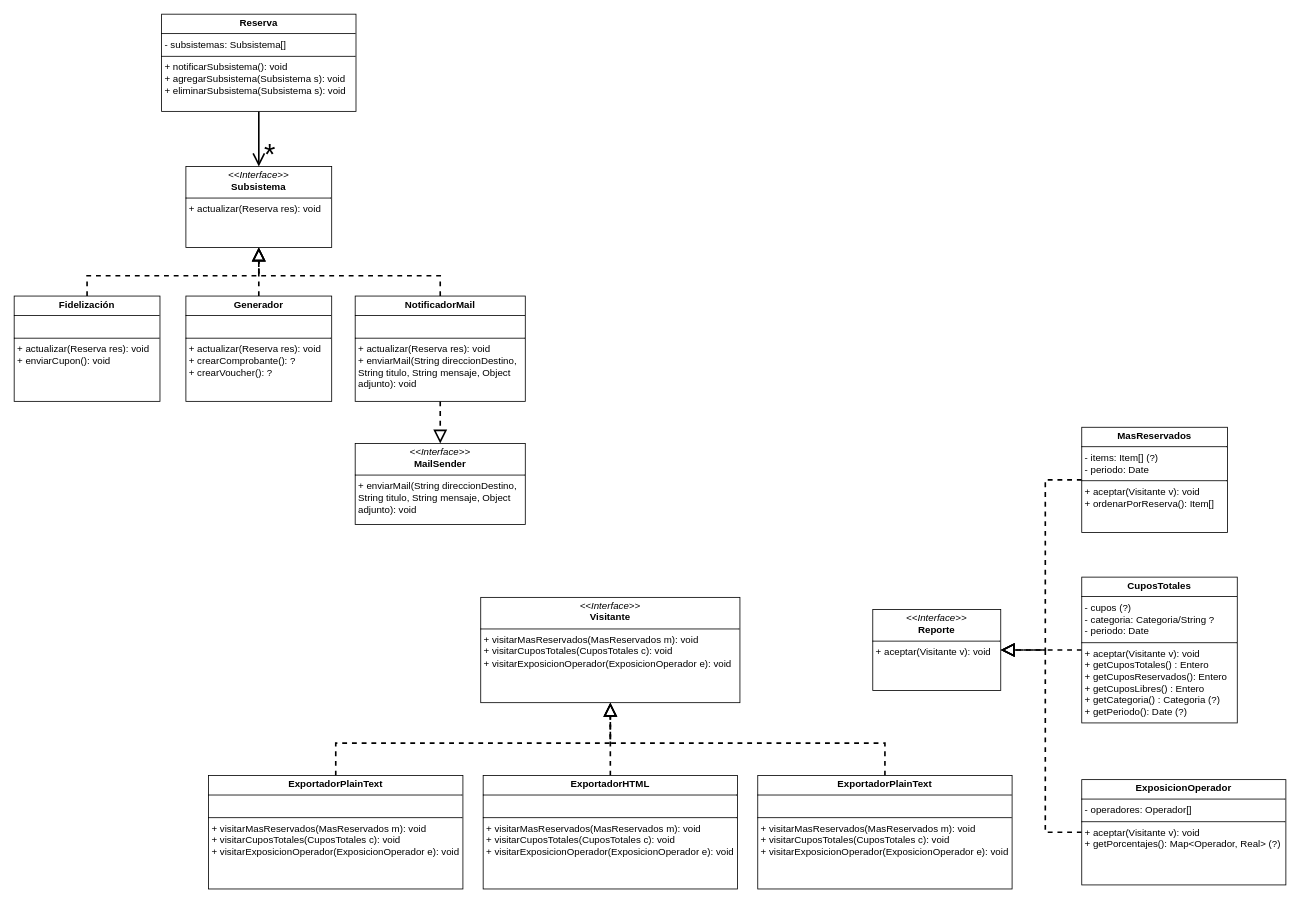
Before: UML 5 y 8.drawio in s-fzero/UNQ-Travel-Integrador, a draw.io diagram. Source tidied: cells renumbered, new cells numbered last; positions are measured from the earlier drawing's top-left corner, leaving out a move shared by most shapes. Both pictures are drawn from the tidied source at 81%, with x=0, y=0 at pixel (14, 14).
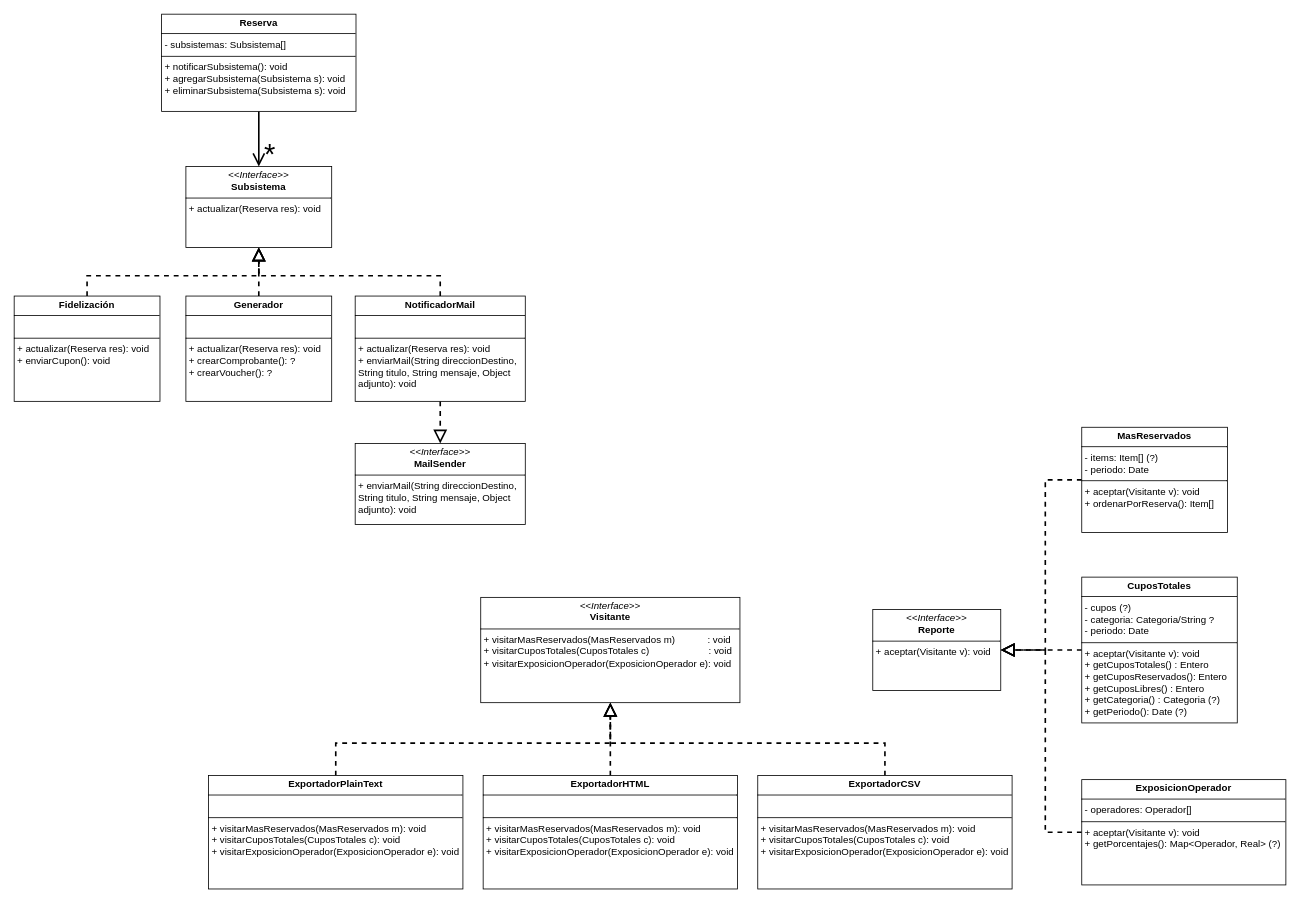
The same diagram, later.

Commit message:
Arreglado clase duplicada

Change to the diagram source:
```diff
@@
-    <mxCell id="15" value="&lt;p style=&quot;margin:0px;margin-top:4px;text-align:center;&quot;&gt;&lt;i&gt;&amp;lt;&amp;lt;Interface&amp;gt;&amp;gt;&lt;/i&gt;&lt;br&gt;&lt;b&gt;Visitante&lt;/b&gt;&lt;/p&gt;&lt;hr size=&quot;1&quot; style=&quot;border-style:solid;&quot;&gt;&lt;p style=&quot;margin:0px;margin-left:4px;&quot;&gt;+ visitarMasReservados(MasReservados m): void&lt;/p&gt;&lt;p style=&quot;margin:0px;margin-left:4px;&quot;&gt;+ visitarCuposTotales(CuposTotales c): void&lt;/p&gt;&lt;p style=&quot;margin:0px;margin-left:4px;&quot;&gt;+ visitarExposicionOperador(ExposicionOperador e): void&lt;/p&gt;" style="verticalAlign=top;align=left;overflow=fill;html=1;whiteSpace=wrap;" parent="1" vertex="1">
+    <mxCell id="15" value="&lt;p style=&quot;margin:0px;margin-top:4px;text-align:center;&quot;&gt;&lt;i&gt;&amp;lt;&amp;lt;Interface&amp;gt;&amp;gt;&lt;/i&gt;&lt;br&gt;&lt;b&gt;Visitante&lt;/b&gt;&lt;/p&gt;&lt;hr size=&quot;1&quot; style=&quot;border-style:solid;&quot;&gt;&lt;p style=&quot;margin:0px;margin-left:4px;&quot;&gt;+ visitarMasReservados(MasReservados m)&amp;nbsp; &amp;nbsp; &amp;nbsp; &amp;nbsp; &amp;nbsp; &amp;nbsp; : void&lt;/p&gt;&lt;p style=&quot;margin:0px;margin-left:4px;&quot;&gt;+ visitarCuposTotales(CuposTotales c)&amp;nbsp; &amp;nbsp; &amp;nbsp; &amp;nbsp; &amp;nbsp; &amp;nbsp; &amp;nbsp; &amp;nbsp; &amp;nbsp; &amp;nbsp; &amp;nbsp; : void&lt;/p&gt;&lt;p style=&quot;margin:0px;margin-left:4px;&quot;&gt;+ visitarExposicionOperador(ExposicionOperador e): void&lt;/p&gt;" style="verticalAlign=top;align=left;overflow=fill;html=1;whiteSpace=wrap;" parent="1" vertex="1">
       <mxGeometry x="576" y="720" width="320" height="130" as="geometry" />
     </mxCell>
@@
-    <mxCell id="28" value="&lt;p style=&quot;margin:0px;margin-top:4px;text-align:center;&quot;&gt;&lt;b&gt;ExportadorPlainText&lt;/b&gt;&lt;/p&gt;&lt;hr size=&quot;1&quot; style=&quot;border-style:solid;&quot;&gt;&lt;p style=&quot;margin:0px;margin-left:4px;&quot;&gt;&lt;br&gt;&lt;/p&gt;&lt;hr size=&quot;1&quot; style=&quot;border-style:solid;&quot;&gt;&lt;p style=&quot;margin: 0px 0px 0px 4px;&quot;&gt;+ visitarMasReservados(MasReservados m): void&lt;/p&gt;&lt;p style=&quot;margin: 0px 0px 0px 4px;&quot;&gt;+ visitarCuposTotales(CuposTotales c): void&lt;/p&gt;&lt;p style=&quot;margin: 0px 0px 0px 4px;&quot;&gt;+ visitarExposicionOperador(ExposicionOperador e): void&lt;/p&gt;" style="verticalAlign=top;align=left;overflow=fill;html=1;whiteSpace=wrap;" parent="1" vertex="1">
+    <mxCell id="28" value="&lt;p style=&quot;margin:0px;margin-top:4px;text-align:center;&quot;&gt;&lt;b&gt;ExportadorCSV&lt;/b&gt;&lt;/p&gt;&lt;hr size=&quot;1&quot; style=&quot;border-style:solid;&quot;&gt;&lt;p style=&quot;margin:0px;margin-left:4px;&quot;&gt;&lt;br&gt;&lt;/p&gt;&lt;hr size=&quot;1&quot; style=&quot;border-style:solid;&quot;&gt;&lt;p style=&quot;margin: 0px 0px 0px 4px;&quot;&gt;+ visitarMasReservados(MasReservados m): void&lt;/p&gt;&lt;p style=&quot;margin: 0px 0px 0px 4px;&quot;&gt;+ visitarCuposTotales(CuposTotales c): void&lt;/p&gt;&lt;p style=&quot;margin: 0px 0px 0px 4px;&quot;&gt;+ visitarExposicionOperador(ExposicionOperador e): void&lt;/p&gt;" style="verticalAlign=top;align=left;overflow=fill;html=1;whiteSpace=wrap;" parent="1" vertex="1">
       <mxGeometry x="918" y="940" width="314" height="140" as="geometry" />
     </mxCell>
```
